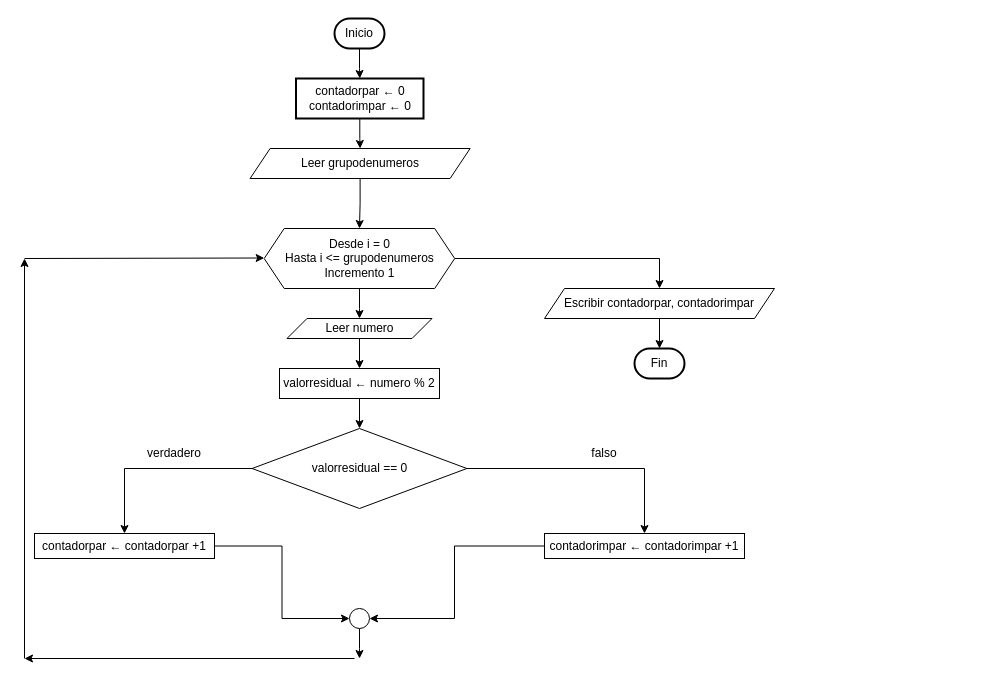
This is page "Page-6" (5 of 5) of Untitled Diagram.drawio from ShanderGonzalez/Diagrama-de-flujo, a draw.io file, before an edit. Source tidied: cells renumbered, new cells numbered last; positions are measured from the earlier drawing's top-left corner, leaving out a move shared by most shapes. Both pictures are drawn from the tidied source at 100%, with x=0, y=0 at pixel (24, 18).
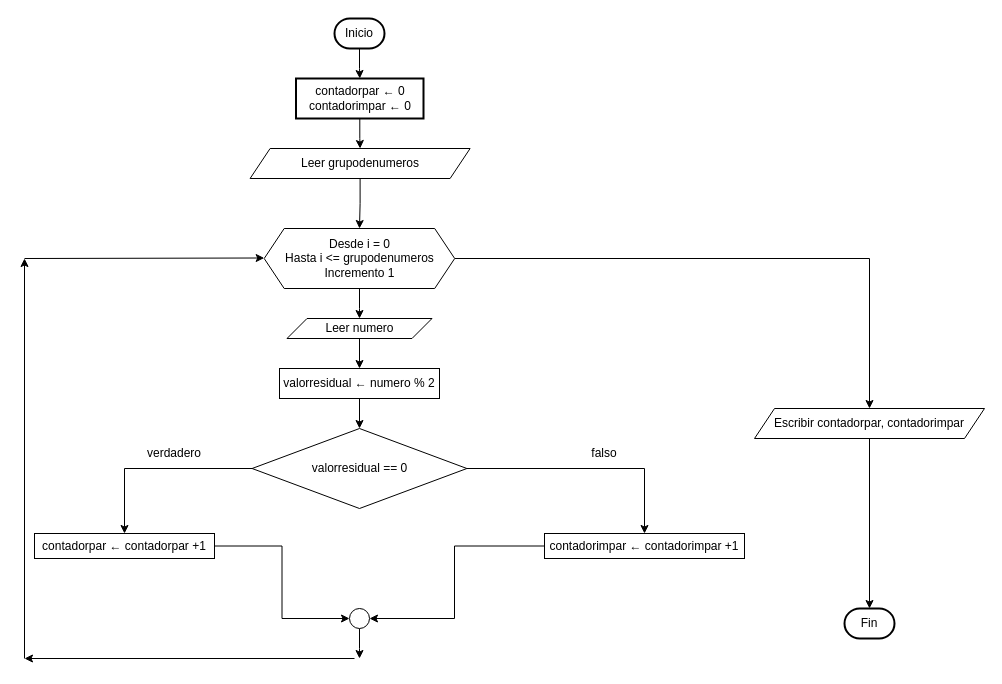
Above is the later version.

The edit, as a diff of the source:
```diff
@@
     <mxCell id="28" value="Escribir contadorpar, contadorimpar" style="shape=parallelogram;perimeter=parallelogramPerimeter;whiteSpace=wrap;html=1;fixedSize=1;" parent="1" vertex="1">
-      <mxGeometry x="520" y="270" width="230" height="30" as="geometry" />
+      <mxGeometry x="730" y="390" width="230" height="30" as="geometry" />
     </mxCell>
@@
+    <mxCell id="32" style="edgeStyle=orthogonalEdgeStyle;rounded=0;jettySize=auto;html=1;exitX=1;exitY=0.5;exitDx=0;exitDy=0;exitPerimeter=0;" parent="1" edge="1" source="31">
+      <mxGeometry relative="1" as="geometry">
+        <mxPoint x="860" y="600" as="targetPoint" />
+      </mxGeometry>
+    </mxCell>
     <mxCell id="31" value="Fin" style="strokeWidth=2;html=1;shape=mxgraph.flowchart.terminator;whiteSpace=wrap;" parent="1" vertex="1">
-      <mxGeometry x="610" y="330" width="50" height="30" as="geometry" />
+      <mxGeometry x="820" y="590" width="50" height="30" as="geometry" />
     </mxCell>
```
